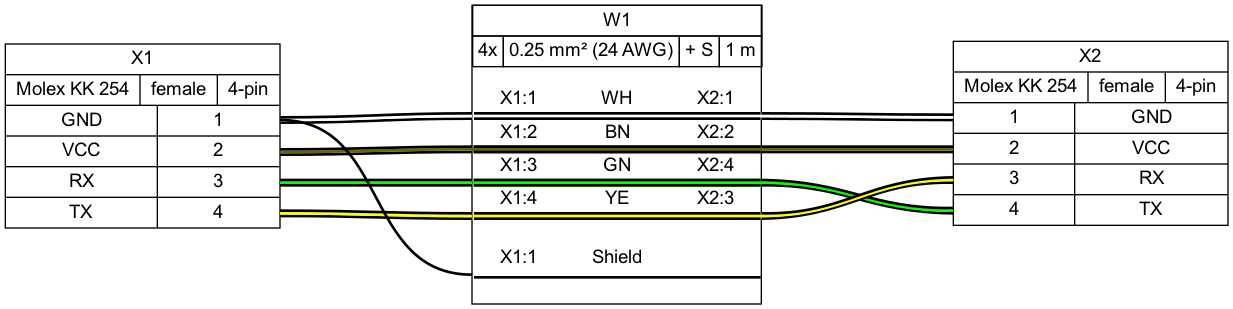
The Graphviz diagram tutorial/tutorial03.png in wireviz/WireViz, before a commit. Its source is kept beside it as tutorial/tutorial03.gv. The source it was exported from:
```dot
graph {
	graph [bgcolor=white fontname=arial nodesep=0.33 rankdir=LR ranksep=2]
	node [fillcolor=white fontname=arial shape=record style=filled]
	edge [fontname=arial style=bold]
	X1 [label="X1|{Molex KK 254|female|4-pin}|{{GND|VCC|RX|TX}|{<p1r>1|<p2r>2|<p3r>3|<p4r>4}}"]
	X2 [label="X2|{Molex KK 254|female|4-pin}|{{<p1l>1|<p2l>2|<p3l>3|<p4l>4}|{GND|VCC|RX|TX}}"]
	edge [color="#000000:#ffffff:#000000"]
	X1:p1r:e -- W1:w1:w
	W1:w1:e -- X2:p1l:w
	edge [color="#000000:#666600:#000000"]
	X1:p2r:e -- W1:w2:w
	W1:w2:e -- X2:p2l:w
	edge [color="#000000:#00ff00:#000000"]
	X1:p3r:e -- W1:w3:w
	W1:w3:e -- X2:p4l:w
	edge [color="#000000:#ffff00:#000000"]
	X1:p4r:e -- W1:w4:w
	W1:w4:e -- X2:p3l:w
	edge [color="#000000"]
	X1:p1r:e -- W1:ws:w
	W1 [label=<<table border="0" cellspacing="0" cellpadding="0"><tr><td><table border="0" cellspacing="0" cellpadding="3" cellborder="1"><tr><td colspan="4">W1</td></tr><tr><td>4x</td><td>0.25 mm² (24 AWG)</td><td>+ S</td><td>1 m</td></tr></table></td></tr><tr><td>&nbsp;</td></tr><tr><td><table border="0" cellspacing="0" cellborder="0"><tr><td>X1:1</td><td>WH</td><td>X2:1</td></tr><tr><td colspan="3" cellpadding="0" height="6" bgcolor="#ffffff" border="2" sides="tb" port="w1"></td></tr><tr><td>X1:2</td><td>BN</td><td>X2:2</td></tr><tr><td colspan="3" cellpadding="0" height="6" bgcolor="#666600" border="2" sides="tb" port="w2"></td></tr><tr><td>X1:3</td><td>GN</td><td>X2:4</td></tr><tr><td colspan="3" cellpadding="0" height="6" bgcolor="#00ff00" border="2" sides="tb" port="w3"></td></tr><tr><td>X1:4</td><td>YE</td><td>X2:3</td></tr><tr><td colspan="3" cellpadding="0" height="6" bgcolor="#ffff00" border="2" sides="tb" port="w4"></td></tr><tr><td>&nbsp;</td></tr><tr><td>X1:1</td><td>Shield</td><td><!-- s_out --></td></tr><tr><td colspan="3" cellpadding="0" height="6" border="2" sides="b" port="ws"></td></tr><tr><td>&nbsp;</td></tr></table></td></tr></table>> fillcolor=white margin=0 shape=box style=""]
}
```
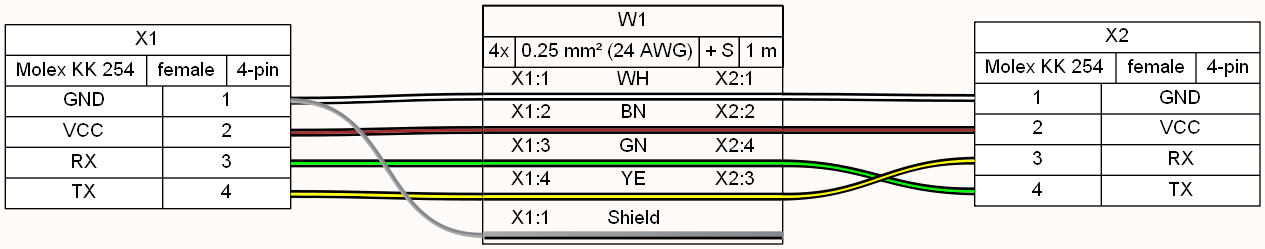
Above is the later version.

What changed in the source:
```diff
@@ -1,5 +1,5 @@
 graph {
-	graph [bgcolor=white fontname=arial nodesep=0.33 rankdir=LR ranksep=2]
+	graph [bgcolor="#fffbf8" fontname=arial nodesep=0.33 rankdir=LR ranksep=2]
 	node [fillcolor=white fontname=arial shape=record style=filled]
 	edge [fontname=arial style=bold]
 	X1 [label="X1|{Molex KK 254|female|4-pin}|{{GND|VCC|RX|TX}|{<p1r>1|<p2r>2|<p3r>3|<p4r>4}}"]
@@ -7,7 +7,7 @@
 	edge [color="#000000:#ffffff:#000000"]
 	X1:p1r:e -- W1:w1:w
 	W1:w1:e -- X2:p1l:w
-	edge [color="#000000:#666600:#000000"]
+	edge [color="#000000:#a52a2a:#000000"]
 	X1:p2r:e -- W1:w2:w
 	W1:w2:e -- X2:p2l:w
 	edge [color="#000000:#00ff00:#000000"]
@@ -16,7 +16,7 @@
 	edge [color="#000000:#ffff00:#000000"]
 	X1:p4r:e -- W1:w4:w
 	W1:w4:e -- X2:p3l:w
-	edge [color="#000000"]
+	edge [color="#aaaaaa:#84878c"]
 	X1:p1r:e -- W1:ws:w
-	W1 [label=<<table border="0" cellspacing="0" cellpadding="0"><tr><td><table border="0" cellspacing="0" cellpadding="3" cellborder="1"><tr><td colspan="4">W1</td></tr><tr><td>4x</td><td>0.25 mm² (24 AWG)</td><td>+ S</td><td>1 m</td></tr></table></td></tr><tr><td>&nbsp;</td></tr><tr><td><table border="0" cellspacing="0" cellborder="0"><tr><td>X1:1</td><td>WH</td><td>X2:1</td></tr><tr><td colspan="3" cellpadding="0" height="6" bgcolor="#ffffff" border="2" sides="tb" port="w1"></td></tr><tr><td>X1:2</td><td>BN</td><td>X2:2</td></tr><tr><td colspan="3" cellpadding="0" height="6" bgcolor="#666600" border="2" sides="tb" port="w2"></td></tr><tr><td>X1:3</td><td>GN</td><td>X2:4</td></tr><tr><td colspan="3" cellpadding="0" height="6" bgcolor="#00ff00" border="2" sides="tb" port="w3"></td></tr><tr><td>X1:4</td><td>YE</td><td>X2:3</td></tr><tr><td colspan="3" cellpadding="0" height="6" bgcolor="#ffff00" border="2" sides="tb" port="w4"></td></tr><tr><td>&nbsp;</td></tr><tr><td>X1:1</td><td>Shield</td><td><!-- s_out --></td></tr><tr><td colspan="3" cellpadding="0" height="6" border="2" sides="b" port="ws"></td></tr><tr><td>&nbsp;</td></tr></table></td></tr></table>> fillcolor=white margin=0 shape=box style=""]
+	W1 [label=<<table border="0" cellspacing="0" cellpadding="0"><tr><td><table border="0" cellspacing="0" cellpadding="3" cellborder="1"><tr><td colspan="4">W1</td></tr><tr><td>4x</td><td>0.25 mm² (24 AWG)</td><td>+ S</td><td>1 m</td></tr></table></td></tr><tr><td></td></tr><tr><td><table border="0" cellspacing="0" cellborder="0"><tr><td>X1:1</td><td>WH</td><td>X2:1</td></tr><tr><td colspan="3" border="0" cellspacing="0" cellpadding="0" port="w1" height="6"><table cellspacing="0" cellborder="0" border = "0"><tr><td colspan="3" cellpadding="0" height="2" bgcolor="#000000" border="0"></td></tr><tr><td colspan="3" cellpadding="0" height="2" bgcolor="#ffffff" border="0"></td></tr><tr><td colspan="3" cellpadding="0" height="2" bgcolor="#000000" border="0"></td></tr></table></td></tr><tr><td>X1:2</td><td>BN</td><td>X2:2</td></tr><tr><td colspan="3" border="0" cellspacing="0" cellpadding="0" port="w2" height="6"><table cellspacing="0" cellborder="0" border = "0"><tr><td colspan="3" cellpadding="0" height="2" bgcolor="#000000" border="0"></td></tr><tr><td colspan="3" cellpadding="0" height="2" bgcolor="#a52a2a" border="0"></td></tr><tr><td colspan="3" cellpadding="0" height="2" bgcolor="#000000" border="0"></td></tr></table></td></tr><tr><td>X1:3</td><td>GN</td><td>X2:4</td></tr><tr><td colspan="3" border="0" cellspacing="0" cellpadding="0" port="w3" height="6"><table cellspacing="0" cellborder="0" border = "0"><tr><td colspan="3" cellpadding="0" height="2" bgcolor="#000000" border="0"></td></tr><tr><td colspan="3" cellpadding="0" height="2" bgcolor="#00ff00" border="0"></td></tr><tr><td colspan="3" cellpadding="0" height="2" bgcolor="#000000" border="0"></td></tr></table></td></tr><tr><td>X1:4</td><td>YE</td><td>X2:3</td></tr><tr><td colspan="3" border="0" cellspacing="0" cellpadding="0" port="w4" height="6"><table cellspacing="0" cellborder="0" border = "0"><tr><td colspan="3" cellpadding="0" height="2" bgcolor="#000000" border="0"></td></tr><tr><td colspan="3" cellpadding="0" height="2" bgcolor="#ffff00" border="0"></td></tr><tr><td colspan="3" cellpadding="0" height="2" bgcolor="#000000" border="0"></td></tr></table></td></tr><tr><td></td></tr><tr><td>X1:1</td><td>Shield</td><td><!-- s_out --></td></tr><tr><td colspan="3" cellpadding="0" bgcolor="#aaaaaa:#84878c" height="6" border="2" sides="b" port="ws"></td></tr><tr><td></td></tr></table></td></tr></table>> fillcolor=white margin=0 shape=box style=""]
 }
```
